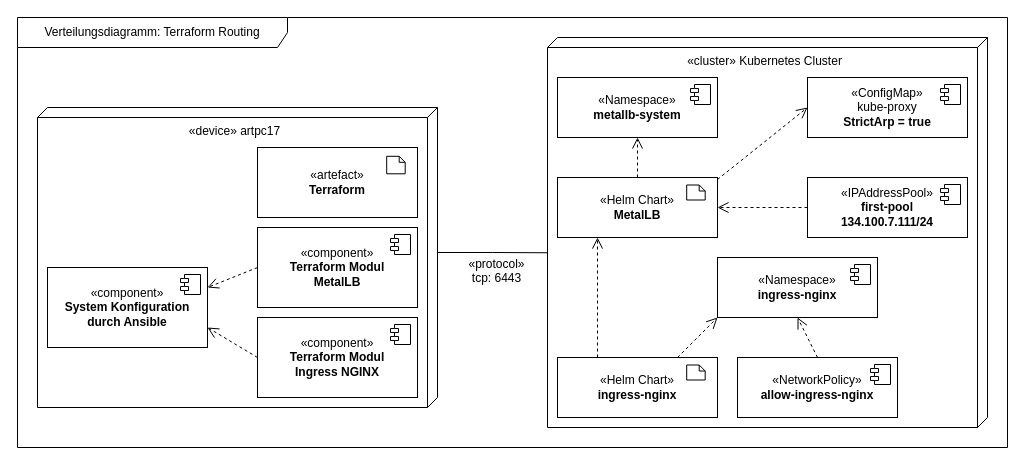
Before: uni-bsc/dd-routing.drawio in pogii123/drawio-charts, a draw.io diagram. Source tidied: cells renumbered, new cells numbered last; positions are measured from the earlier drawing's top-left corner, leaving out a move shared by most shapes. Both pictures are drawn from the tidied source at 100%, with x=0, y=0 at pixel (17, 17).
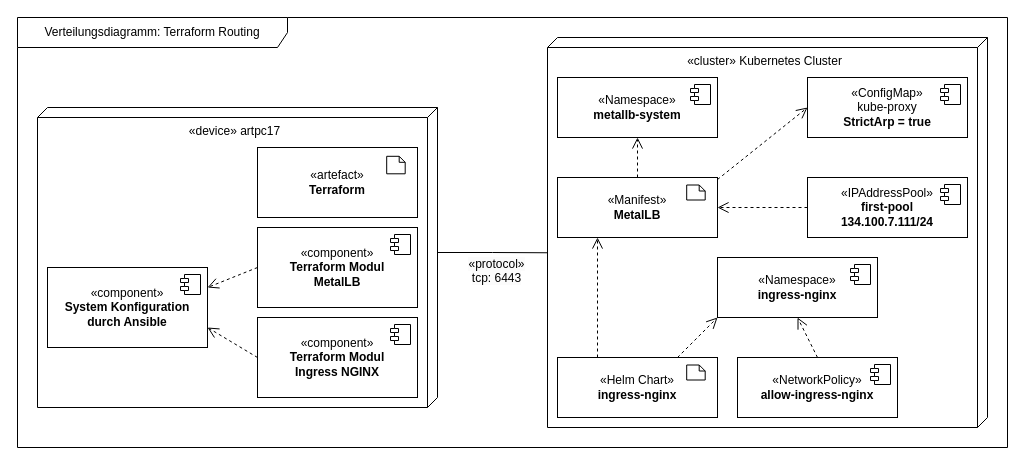
The same diagram, later.

The change refers to these unchanged cells:
```xml
<mxCell id="21" style="group;" parent="1" vertex="1">
  <mxGeometry x="540" y="160" width="160" height="60" as="geometry" />
</mxCell>
```

What changed in the source:
```diff
@@
-    <mxCell id="22" value="«Helm Chart»&lt;br&gt;&lt;b&gt;MetalLB&lt;/b&gt;" style="html=1;whiteSpace=wrap;" parent="21" vertex="1">
+    <mxCell id="22" value="«Manifest»&lt;br&gt;&lt;b&gt;MetalLB&lt;/b&gt;" style="html=1;whiteSpace=wrap;" parent="21" vertex="1">
       <mxGeometry width="160" height="60" as="geometry" />
     </mxCell>
```
